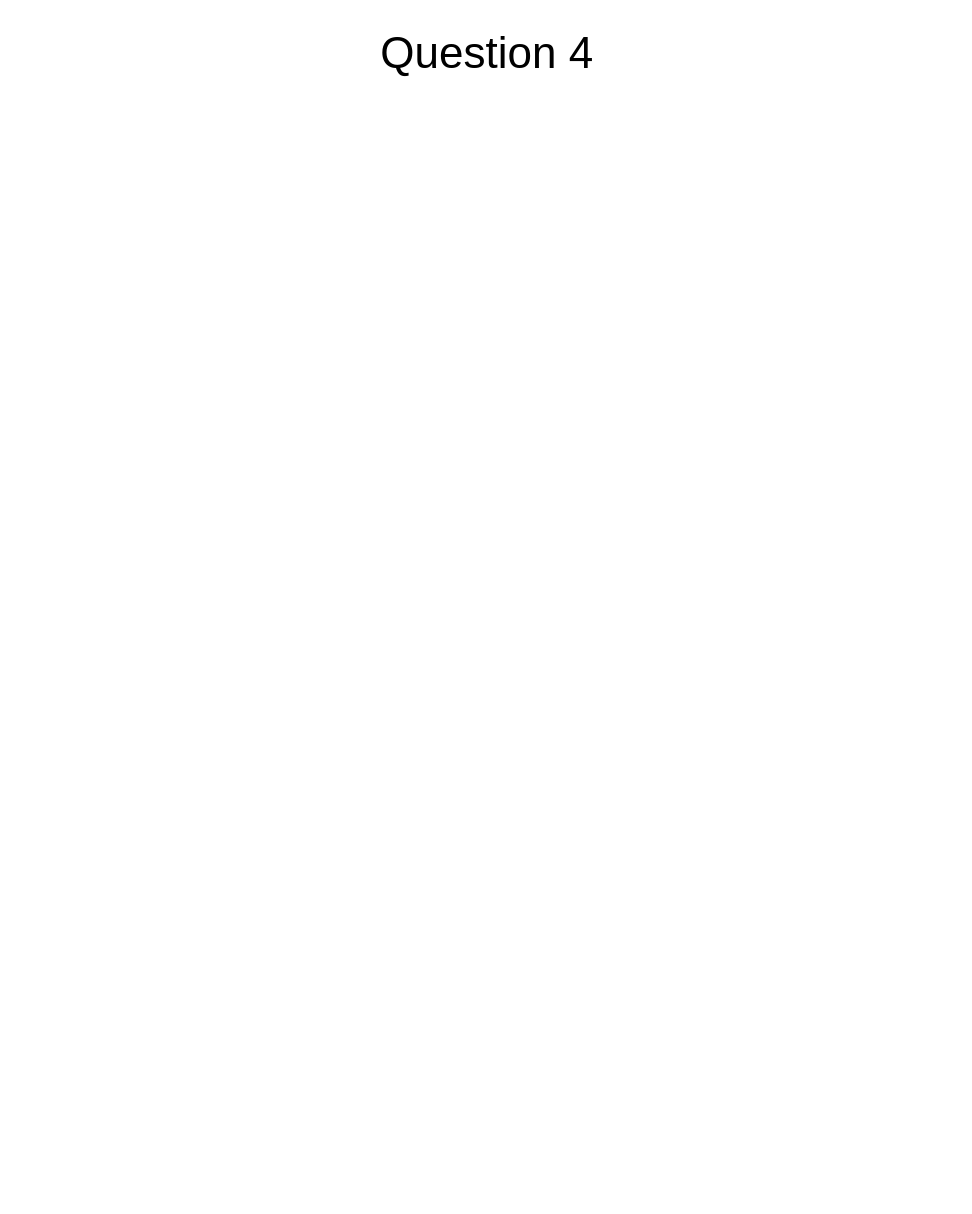
The draw.io diagram Untitled Diagram.drawio in SuP3RM/CS411-repo, before the edit. Source tidied: cells renumbered, new cells numbered last; positions are measured from the earlier drawing's top-left corner, leaving out a move shared by most shapes. Both pictures are drawn from the tidied source at 110%, with x=0, y=0 at pixel (365, 19).
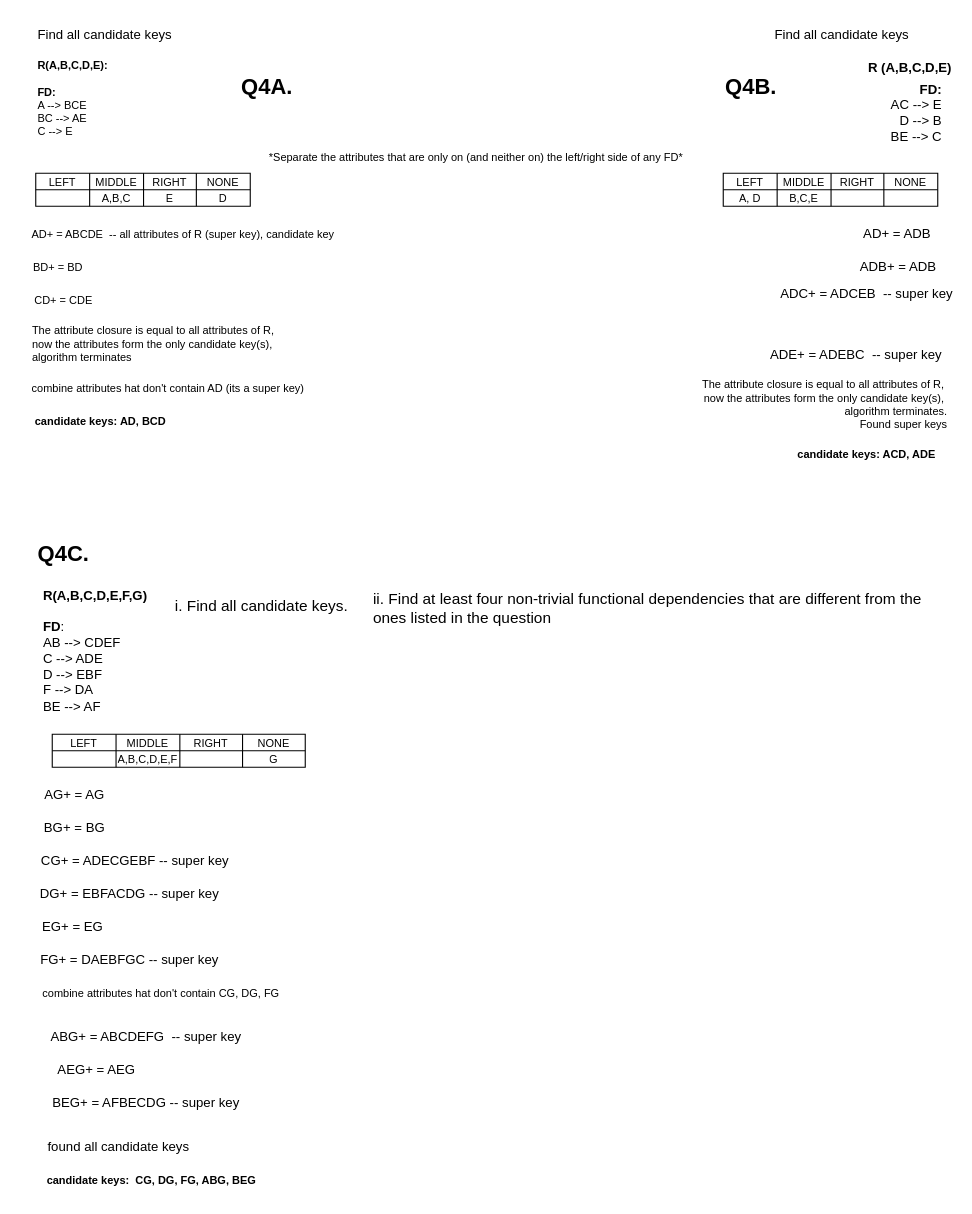
After the change.

The edit, as a diff of the source:
```diff
@@
-    <mxCell id="2" value="&lt;font style=&quot;font-size: 40px;&quot;&gt;Question 4&lt;/font&gt;" style="text;html=1;align=center;verticalAlign=middle;strokeColor=none;fillColor=none;" parent="1" vertex="1">
-      <mxGeometry width="220" height="60" as="geometry" />
-    </mxCell>
+    <mxCell id="3" value="&lt;b&gt;&lt;font style=&quot;font-size: 20px;&quot;&gt;Q4A&lt;/font&gt;&lt;font style=&quot;font-size: 20px;&quot;&gt;.&lt;/font&gt;&lt;/b&gt;" style="text;html=1;align=center;verticalAlign=middle;strokeColor=none;fillColor=none;fontSize=20;" parent="1" vertex="1">
+      <mxGeometry x="-125" y="40" width="70" height="40" as="geometry" />
+    </mxCell>
+    <mxCell id="4" value="&lt;b style=&quot;font-size: 10px;&quot;&gt;R(A,B,C,D,E):&lt;/b&gt;&lt;br style=&quot;font-size: 10px;&quot;&gt;&lt;br style=&quot;font-size: 10px;&quot;&gt;&lt;b style=&quot;font-size: 10px;&quot;&gt;FD:&amp;nbsp;&lt;br style=&quot;font-size: 10px;&quot;&gt;&lt;/b&gt;A --&amp;gt; BCE&lt;br style=&quot;font-size: 10px;&quot;&gt;BC --&amp;gt; AE&lt;br style=&quot;font-size: 10px;&quot;&gt;C --&amp;gt; E" style="text;whiteSpace=wrap;html=1;fontSize=10;" parent="1" vertex="1">
+      <mxGeometry x="-300" y="30" width="100" height="40" as="geometry" />
+    </mxCell>
+    <mxCell id="5" style="shape=table;html=1;whiteSpace=wrap;startSize=0;childLayout=tableLayout;fontSize=10;" parent="1" vertex="1">
+      <mxGeometry x="-300" y="140" width="195" height="30" as="geometry" />
+    </mxCell>
+    <mxCell id="6" style="shape=tableRow;horizontal=0;startSize=0;swimlaneHead=0;swimlaneBody=0;top=0;left=0;bottom=0;right=0;fillColor=none;fontSize=10;" parent="5" vertex="1">
+      <mxGeometry width="195" height="15" as="geometry" />
+    </mxCell>
+    <mxCell id="7" value="LEFT" style="shape=partialRectangle;html=1;whiteSpace=wrap;fillColor=none;top=0;left=0;bottom=0;right=0;overflow=hidden;fontSize=10;" parent="6" vertex="1">
+      <mxGeometry width="49" height="15" as="geometry" />
+    </mxCell>
+    <mxCell id="8" value="MIDDLE" style="shape=partialRectangle;html=1;whiteSpace=wrap;fillColor=none;top=0;left=0;bottom=0;right=0;overflow=hidden;fontSize=10;" parent="6" vertex="1">
+      <mxGeometry x="49" width="49" height="15" as="geometry" />
+    </mxCell>
+    <mxCell id="9" value="RIGHT" style="shape=partialRectangle;html=1;whiteSpace=wrap;fillColor=none;top=0;left=0;bottom=0;right=0;overflow=hidden;fontSize=10;" parent="6" vertex="1">
+      <mxGeometry x="98" width="48" height="15" as="geometry" />
+    </mxCell>
+    <mxCell id="10" value="NONE" style="shape=partialRectangle;html=1;whiteSpace=wrap;fillColor=none;top=0;left=0;bottom=0;right=0;overflow=hidden;fontSize=10;" parent="6" vertex="1">
+      <mxGeometry x="146" width="49" height="15" as="geometry" />
+    </mxCell>
+    <mxCell id="11" style="shape=tableRow;horizontal=0;startSize=0;swimlaneHead=0;swimlaneBody=0;top=0;left=0;bottom=0;right=0;fillColor=none;fontSize=10;" parent="5" vertex="1">
+      <mxGeometry y="15" width="195" height="15" as="geometry" />
+    </mxCell>
+    <mxCell id="12" style="shape=partialRectangle;html=1;whiteSpace=wrap;fillColor=none;top=0;left=0;bottom=0;right=0;overflow=hidden;fontSize=10;" parent="11" vertex="1">
+      <mxGeometry width="49" height="15" as="geometry" />
+    </mxCell>
+    <mxCell id="13" value="A,B,C" style="shape=partialRectangle;html=1;whiteSpace=wrap;fillColor=none;top=0;left=0;bottom=0;right=0;overflow=hidden;fontSize=10;" parent="11" vertex="1">
+      <mxGeometry x="49" width="49" height="15" as="geometry" />
+    </mxCell>
+    <mxCell id="14" value="E" style="shape=partialRectangle;html=1;whiteSpace=wrap;fillColor=none;top=0;left=0;bottom=0;right=0;overflow=hidden;fontSize=10;" parent="11" vertex="1">
+      <mxGeometry x="98" width="48" height="15" as="geometry" />
+    </mxCell>
+    <mxCell id="15" value="D" style="shape=partialRectangle;html=1;whiteSpace=wrap;fillColor=none;top=0;left=0;bottom=0;right=0;overflow=hidden;fontSize=10;" parent="11" vertex="1">
+      <mxGeometry x="146" width="49" height="15" as="geometry" />
+    </mxCell>
+    <mxCell id="16" value="AD+ = ABCDE&amp;nbsp; -- all attributes of R (super key), candidate key&amp;nbsp;" style="text;html=1;align=center;verticalAlign=middle;strokeColor=none;fillColor=none;fontSize=10;" parent="1" vertex="1">
+      <mxGeometry x="-315" y="180" width="300" height="30" as="geometry" />
+    </mxCell>
+    <mxCell id="17" value="BD+ = BD" style="text;html=1;align=center;verticalAlign=middle;strokeColor=none;fillColor=none;fontSize=10;" parent="1" vertex="1">
+      <mxGeometry x="-315" y="210" width="70" height="30" as="geometry" />
+    </mxCell>
+    <mxCell id="18" value="CD+ = CDE" style="text;html=1;align=center;verticalAlign=middle;strokeColor=none;fillColor=none;fontSize=10;" parent="1" vertex="1">
+      <mxGeometry x="-315" y="240" width="80" height="30" as="geometry" />
+    </mxCell>
+    <mxCell id="19" value="*Separate the attributes that are only on (and neither on) the left/right side of any FD*" style="text;html=1;align=center;verticalAlign=middle;strokeColor=none;fillColor=none;fontSize=10;" parent="1" vertex="1">
+      <mxGeometry x="-100" y="110" width="400" height="30" as="geometry" />
+    </mxCell>
+    <mxCell id="20" value="&lt;div style=&quot;font-size: 10px;&quot;&gt;The attribute closure is equal to all attributes of R,&amp;nbsp;&lt;/div&gt;&lt;div style=&quot;font-size: 10px;&quot;&gt;now the attributes form the only candidate key(s),&amp;nbsp;&lt;/div&gt;&lt;div style=&quot;font-size: 10px;&quot;&gt;algorithm terminates&lt;/div&gt;" style="text;html=1;align=left;verticalAlign=middle;strokeColor=none;fillColor=none;fontSize=10;" parent="1" vertex="1">
+      <mxGeometry x="-305" y="270" width="250" height="50" as="geometry" />
+    </mxCell>
+    <mxCell id="21" value="combine attributes hat don't contain AD (its a super key)" style="text;html=1;align=center;verticalAlign=middle;strokeColor=none;fillColor=none;fontSize=10;" parent="1" vertex="1">
+      <mxGeometry x="-315" y="320" width="270" height="30" as="geometry" />
+    </mxCell>
+    <mxCell id="22" value="&lt;b style=&quot;font-size: 10px;&quot;&gt;candidate keys: AD, BCD&amp;nbsp;&lt;/b&gt;" style="text;html=1;align=center;verticalAlign=middle;strokeColor=none;fillColor=none;fontSize=10;" parent="1" vertex="1">
+      <mxGeometry x="-315" y="350" width="150" height="30" as="geometry" />
+    </mxCell>
+    <mxCell id="23" value="&lt;b&gt;R (A,B,C,D,E)&lt;/b&gt;" style="text;whiteSpace=wrap;html=1;fontSize=12;align=right;" parent="1" vertex="1">
+      <mxGeometry x="425" y="30" width="110" height="40" as="geometry" />
+    </mxCell>
+    <mxCell id="24" value="&lt;b&gt;FD:&lt;/b&gt;&lt;br&gt;AC --&amp;gt; E&lt;br&gt;D --&amp;gt; B&lt;br&gt;BE --&amp;gt; C" style="text;html=1;align=right;verticalAlign=middle;strokeColor=none;fillColor=none;fontSize=12;" parent="1" vertex="1">
+      <mxGeometry x="455" y="50" width="70" height="70" as="geometry" />
+    </mxCell>
+    <mxCell id="25" value="&lt;font style=&quot;font-size: 20px;&quot;&gt;Q4B&lt;/font&gt;&lt;font style=&quot;font-size: 20px;&quot;&gt;.&lt;/font&gt;" style="text;html=1;align=center;verticalAlign=middle;strokeColor=none;fillColor=none;fontSize=20;fontStyle=1;" parent="1" vertex="1">
+      <mxGeometry x="315" y="40" width="70" height="40" as="geometry" />
+    </mxCell>
+    <mxCell id="26" style="shape=table;html=1;whiteSpace=wrap;startSize=0;childLayout=tableLayout;fontSize=10;align=center;" parent="1" vertex="1">
+      <mxGeometry x="325" y="140" width="195" height="30" as="geometry" />
+    </mxCell>
+    <mxCell id="27" style="shape=tableRow;horizontal=0;startSize=0;swimlaneHead=0;swimlaneBody=0;top=0;left=0;bottom=0;right=0;fillColor=none;fontSize=10;" parent="26" vertex="1">
+      <mxGeometry width="195" height="15" as="geometry" />
+    </mxCell>
+    <mxCell id="28" value="LEFT" style="shape=partialRectangle;html=1;whiteSpace=wrap;fillColor=none;top=0;left=0;bottom=0;right=0;overflow=hidden;fontSize=10;" parent="27" vertex="1">
+      <mxGeometry width="49" height="15" as="geometry" />
+    </mxCell>
+    <mxCell id="29" value="MIDDLE" style="shape=partialRectangle;html=1;whiteSpace=wrap;fillColor=none;top=0;left=0;bottom=0;right=0;overflow=hidden;fontSize=10;" parent="27" vertex="1">
+      <mxGeometry x="49" width="49" height="15" as="geometry" />
+    </mxCell>
+    <mxCell id="30" value="RIGHT" style="shape=partialRectangle;html=1;whiteSpace=wrap;fillColor=none;top=0;left=0;bottom=0;right=0;overflow=hidden;fontSize=10;" parent="27" vertex="1">
+      <mxGeometry x="98" width="48" height="15" as="geometry" />
+    </mxCell>
+    <mxCell id="31" value="NONE" style="shape=partialRectangle;html=1;whiteSpace=wrap;fillColor=none;top=0;left=0;bottom=0;right=0;overflow=hidden;fontSize=10;" parent="27" vertex="1">
+      <mxGeometry x="146" width="49" height="15" as="geometry" />
+    </mxCell>
+    <mxCell id="32" style="shape=tableRow;horizontal=0;startSize=0;swimlaneHead=0;swimlaneBody=0;top=0;left=0;bottom=0;right=0;fillColor=none;fontSize=10;" parent="26" vertex="1">
+      <mxGeometry y="15" width="195" height="15" as="geometry" />
+    </mxCell>
+    <mxCell id="33" value="A, D" style="shape=partialRectangle;html=1;whiteSpace=wrap;fillColor=none;top=0;left=0;bottom=0;right=0;overflow=hidden;fontSize=10;" parent="32" vertex="1">
+      <mxGeometry width="49" height="15" as="geometry" />
+    </mxCell>
+    <mxCell id="34" value="B,C,E" style="shape=partialRectangle;html=1;whiteSpace=wrap;fillColor=none;top=0;left=0;bottom=0;right=0;overflow=hidden;fontSize=10;" parent="32" vertex="1">
+      <mxGeometry x="49" width="49" height="15" as="geometry" />
+    </mxCell>
+    <mxCell id="35" style="shape=partialRectangle;html=1;whiteSpace=wrap;fillColor=none;top=0;left=0;bottom=0;right=0;overflow=hidden;fontSize=10;" parent="32" vertex="1">
+      <mxGeometry x="98" width="48" height="15" as="geometry" />
+    </mxCell>
+    <mxCell id="36" style="shape=partialRectangle;html=1;whiteSpace=wrap;fillColor=none;top=0;left=0;bottom=0;right=0;overflow=hidden;fontSize=10;" parent="32" vertex="1">
+      <mxGeometry x="146" width="49" height="15" as="geometry" />
+    </mxCell>
+    <mxCell id="37" value="AD+ = ADB" style="text;html=1;align=right;verticalAlign=middle;strokeColor=none;fillColor=none;fontSize=12;" parent="1" vertex="1">
+      <mxGeometry x="435" y="180" width="80" height="30" as="geometry" />
+    </mxCell>
+    <mxCell id="38" value="ADB+ = ADB" style="text;html=1;align=right;verticalAlign=middle;strokeColor=none;fillColor=none;fontSize=12;" parent="1" vertex="1">
+      <mxGeometry x="430" y="210" width="90" height="30" as="geometry" />
+    </mxCell>
+    <mxCell id="39" value="ADC+ = ADCEB&amp;nbsp; -- super key" style="text;html=1;align=right;verticalAlign=middle;strokeColor=none;fillColor=none;fontSize=12;" parent="1" vertex="1">
+      <mxGeometry x="355" y="235" width="180" height="30" as="geometry" />
+    </mxCell>
+    <mxCell id="40" value="&lt;div style=&quot;font-size: 10px;&quot;&gt;The attribute closure is equal to all attributes of R,&amp;nbsp;&lt;/div&gt;&lt;div style=&quot;font-size: 10px;&quot;&gt;now the attributes form the only candidate key(s),&amp;nbsp;&lt;/div&gt;&lt;div style=&quot;font-size: 10px;&quot;&gt;algorithm terminates.&lt;/div&gt;&lt;div style=&quot;font-size: 10px;&quot;&gt;Found super keys&lt;/div&gt;" style="text;html=1;align=right;verticalAlign=middle;strokeColor=none;fillColor=none;fontSize=10;" parent="1" vertex="1">
+      <mxGeometry x="280" y="320" width="250" height="60" as="geometry" />
+    </mxCell>
+    <mxCell id="41" value="&lt;b style=&quot;font-size: 10px;&quot;&gt;candidate keys: ACD, ADE&lt;/b&gt;" style="text;html=1;align=center;verticalAlign=middle;strokeColor=none;fillColor=none;fontSize=10;" parent="1" vertex="1">
+      <mxGeometry x="380" y="380" width="150" height="30" as="geometry" />
+    </mxCell>
+    <mxCell id="42" value="ADE+ = ADEBC&amp;nbsp; -- super key" style="text;html=1;align=right;verticalAlign=middle;strokeColor=none;fillColor=none;fontSize=12;" parent="1" vertex="1">
+      <mxGeometry x="345" y="290" width="180" height="30" as="geometry" />
+    </mxCell>
+    <mxCell id="43" value="&lt;b&gt;R(A,B,C,D,E,F,G)&lt;/b&gt;&lt;br&gt;&lt;br&gt;&lt;b&gt;FD&lt;/b&gt;:&amp;nbsp;&lt;br&gt;AB --&amp;gt; CDEF&lt;br&gt;C --&amp;gt; ADE&lt;br&gt;D --&amp;gt; EBF&lt;br&gt;F --&amp;gt; DA&lt;br&gt;BE --&amp;gt; AF" style="text;whiteSpace=wrap;html=1;fontSize=12;" parent="1" vertex="1">
+      <mxGeometry x="-295" y="510" width="130" height="40" as="geometry" />
+    </mxCell>
+    <mxCell id="44" value="&lt;font style=&quot;font-size: 20px;&quot;&gt;&lt;b&gt;Q4C.&lt;/b&gt;&lt;/font&gt;" style="text;html=1;align=center;verticalAlign=middle;strokeColor=none;fillColor=none;fontSize=10;" parent="1" vertex="1">
+      <mxGeometry x="-310" y="465" width="70" height="40" as="geometry" />
+    </mxCell>
+    <mxCell id="45" value="Find all candidate keys" style="text;whiteSpace=wrap;html=1;fontSize=12;" parent="1" vertex="1">
+      <mxGeometry x="-300" width="160" height="40" as="geometry" />
+    </mxCell>
+    <mxCell id="46" value="Find all candidate keys" style="text;whiteSpace=wrap;html=1;fontSize=12;" parent="1" vertex="1">
+      <mxGeometry x="370" width="160" height="40" as="geometry" />
+    </mxCell>
+    <mxCell id="47" value="&lt;font style=&quot;font-size: 14px;&quot;&gt;i. Find all candidate keys.&lt;/font&gt;" style="text;html=1;align=center;verticalAlign=middle;strokeColor=none;fillColor=none;fontSize=20;" parent="1" vertex="1">
+      <mxGeometry x="-185" y="510" width="180" height="40" as="geometry" />
+    </mxCell>
+    <mxCell id="48" value="&lt;div&gt;ii. Find at least four non-trivial functional dependencies that are different from the&lt;/div&gt;&lt;div&gt;ones listed in the question&lt;/div&gt;" style="text;html=1;align=left;verticalAlign=middle;strokeColor=none;fillColor=none;fontSize=14;" parent="1" vertex="1">
+      <mxGeometry x="5" y="510" width="520" height="50" as="geometry" />
+    </mxCell>
+    <mxCell id="49" style="shape=table;html=1;whiteSpace=wrap;startSize=0;childLayout=tableLayout;fontSize=10;" parent="1" vertex="1">
+      <mxGeometry x="-285" y="650" width="230" height="30" as="geometry" />
+    </mxCell>
+    <mxCell id="50" style="shape=tableRow;horizontal=0;startSize=0;swimlaneHead=0;swimlaneBody=0;top=0;left=0;bottom=0;right=0;fillColor=none;fontSize=10;" parent="49" vertex="1">
+      <mxGeometry width="230" height="15" as="geometry" />
+    </mxCell>
+    <mxCell id="51" value="LEFT" style="shape=partialRectangle;html=1;whiteSpace=wrap;fillColor=none;top=0;left=0;bottom=0;right=0;overflow=hidden;fontSize=10;" parent="50" vertex="1">
+      <mxGeometry width="58" height="15" as="geometry" />
+    </mxCell>
+    <mxCell id="52" value="MIDDLE" style="shape=partialRectangle;html=1;whiteSpace=wrap;fillColor=none;top=0;left=0;bottom=0;right=0;overflow=hidden;fontSize=10;" parent="50" vertex="1">
+      <mxGeometry x="58" width="58" height="15" as="geometry" />
+    </mxCell>
+    <mxCell id="53" value="RIGHT" style="shape=partialRectangle;html=1;whiteSpace=wrap;fillColor=none;top=0;left=0;bottom=0;right=0;overflow=hidden;fontSize=10;" parent="50" vertex="1">
+      <mxGeometry x="116" width="57" height="15" as="geometry" />
+    </mxCell>
+    <mxCell id="54" value="NONE" style="shape=partialRectangle;html=1;whiteSpace=wrap;fillColor=none;top=0;left=0;bottom=0;right=0;overflow=hidden;fontSize=10;" parent="50" vertex="1">
+      <mxGeometry x="173" width="57" height="15" as="geometry" />
+    </mxCell>
+    <mxCell id="55" style="shape=tableRow;horizontal=0;startSize=0;swimlaneHead=0;swimlaneBody=0;top=0;left=0;bottom=0;right=0;fillColor=none;fontSize=10;" parent="49" vertex="1">
+      <mxGeometry y="15" width="230" height="15" as="geometry" />
+    </mxCell>
+    <mxCell id="56" style="shape=partialRectangle;html=1;whiteSpace=wrap;fillColor=none;top=0;left=0;bottom=0;right=0;overflow=hidden;fontSize=10;" parent="55" vertex="1">
+      <mxGeometry width="58" height="15" as="geometry" />
+    </mxCell>
+    <mxCell id="57" value="A,B,C,D,E,F" style="shape=partialRectangle;html=1;whiteSpace=wrap;fillColor=none;top=0;left=0;bottom=0;right=0;overflow=hidden;fontSize=10;" parent="55" vertex="1">
+      <mxGeometry x="58" width="58" height="15" as="geometry" />
+    </mxCell>
+    <mxCell id="58" style="shape=partialRectangle;html=1;whiteSpace=wrap;fillColor=none;top=0;left=0;bottom=0;right=0;overflow=hidden;fontSize=10;" parent="55" vertex="1">
+      <mxGeometry x="116" width="57" height="15" as="geometry" />
+    </mxCell>
+    <mxCell id="59" value="G" style="shape=partialRectangle;html=1;whiteSpace=wrap;fillColor=none;top=0;left=0;bottom=0;right=0;overflow=hidden;fontSize=10;" parent="55" vertex="1">
+      <mxGeometry x="173" width="57" height="15" as="geometry" />
+    </mxCell>
+    <mxCell id="60" value="AG+ = AG" style="text;html=1;align=center;verticalAlign=middle;strokeColor=none;fillColor=none;fontSize=12;" parent="1" vertex="1">
+      <mxGeometry x="-305" y="690" width="80" height="30" as="geometry" />
+    </mxCell>
+    <mxCell id="61" value="BG+ = BG" style="text;html=1;align=center;verticalAlign=middle;strokeColor=none;fillColor=none;fontSize=12;" parent="1" vertex="1">
+      <mxGeometry x="-305" y="720" width="80" height="30" as="geometry" />
+    </mxCell>
+    <mxCell id="62" value="CG+ = ADECGEBF -- super key" style="text;html=1;align=center;verticalAlign=middle;strokeColor=none;fillColor=none;fontSize=12;" parent="1" vertex="1">
+      <mxGeometry x="-305" y="750" width="190" height="30" as="geometry" />
+    </mxCell>
+    <mxCell id="63" value="DG+ = EBFACDG -- super key" style="text;html=1;align=center;verticalAlign=middle;strokeColor=none;fillColor=none;fontSize=12;" parent="1" vertex="1">
+      <mxGeometry x="-310" y="780" width="190" height="30" as="geometry" />
+    </mxCell>
+    <mxCell id="64" value="EG+ = EG&amp;nbsp;" style="text;html=1;align=center;verticalAlign=middle;strokeColor=none;fillColor=none;fontSize=12;" parent="1" vertex="1">
+      <mxGeometry x="-305" y="810" width="80" height="30" as="geometry" />
+    </mxCell>
+    <mxCell id="65" value="FG+ = DAEBFGC -- super key" style="text;html=1;align=center;verticalAlign=middle;strokeColor=none;fillColor=none;fontSize=12;" parent="1" vertex="1">
+      <mxGeometry x="-310" y="840" width="190" height="30" as="geometry" />
+    </mxCell>
+    <mxCell id="66" value="combine attributes hat don't contain CG, DG, FG&amp;nbsp;" style="text;html=1;align=center;verticalAlign=middle;strokeColor=none;fillColor=none;fontSize=10;" parent="1" vertex="1">
+      <mxGeometry x="-305" y="870" width="240" height="30" as="geometry" />
+    </mxCell>
+    <mxCell id="67" value="&lt;b style=&quot;font-size: 10px;&quot;&gt;candidate keys:&amp;nbsp; CG, DG, FG, ABG, BEG&lt;/b&gt;" style="text;html=1;align=center;verticalAlign=middle;strokeColor=none;fillColor=none;fontSize=10;" parent="1" vertex="1">
+      <mxGeometry x="-300" y="1040" width="210" height="30" as="geometry" />
+    </mxCell>
+    <mxCell id="68" value="ABG+ = ABCDEFG&amp;nbsp; -- super key" style="text;html=1;align=center;verticalAlign=middle;strokeColor=none;fillColor=none;fontSize=12;" parent="1" vertex="1">
+      <mxGeometry x="-300" y="910" width="200" height="30" as="geometry" />
+    </mxCell>
+    <mxCell id="69" value="AEG+ = AEG" style="text;html=1;align=center;verticalAlign=middle;strokeColor=none;fillColor=none;fontSize=12;" parent="1" vertex="1">
+      <mxGeometry x="-290" y="940" width="90" height="30" as="geometry" />
+    </mxCell>
+    <mxCell id="70" value="BEG+ = AFBECDG -- super key" style="text;html=1;align=center;verticalAlign=middle;strokeColor=none;fillColor=none;fontSize=12;" parent="1" vertex="1">
+      <mxGeometry x="-295" y="970" width="190" height="30" as="geometry" />
+    </mxCell>
+    <mxCell id="71" value="found all candidate keys" style="text;html=1;align=center;verticalAlign=middle;strokeColor=none;fillColor=none;fontSize=12;" parent="1" vertex="1">
+      <mxGeometry x="-300" y="1010" width="150" height="30" as="geometry" />
+    </mxCell>
```
